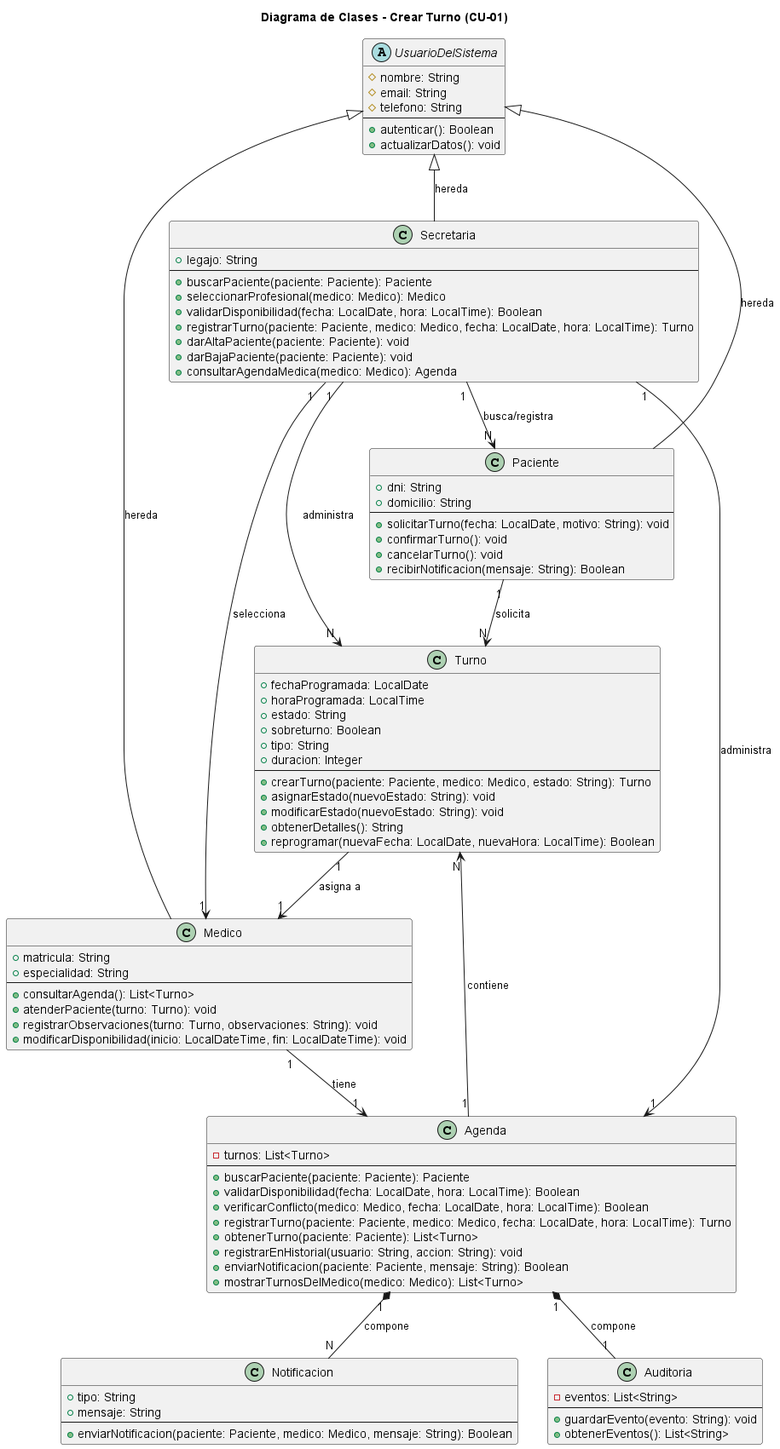
This is diagramas/01-diagrama-clases/01-clases-crear-turno-01.png from eternalnight04/SistemaTurnosMedicos, a PlantUML export, as it was before one commit.
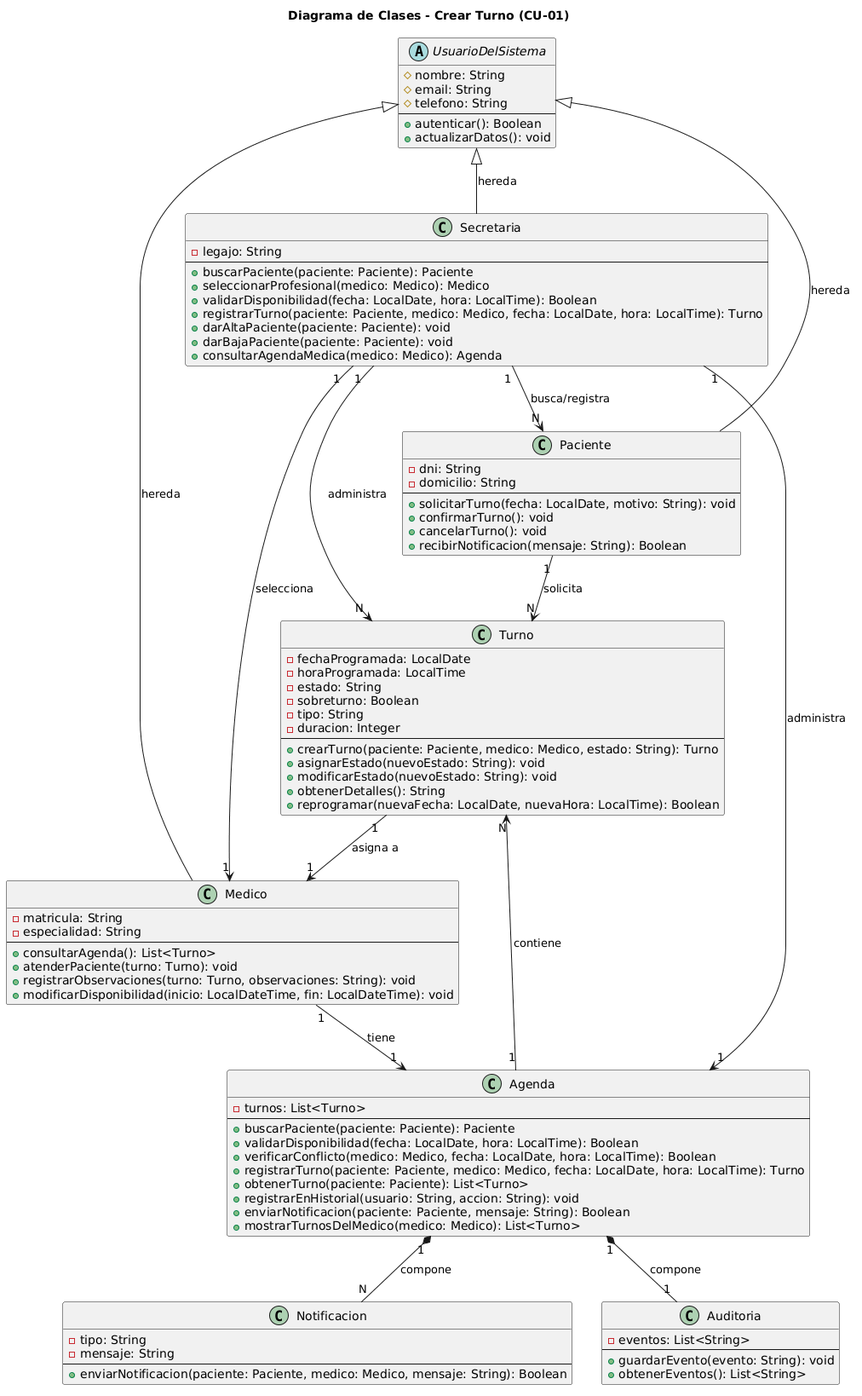
Above is the later version.

What changed in the source:
```diff
@@ -1,5 +1,4 @@
-@startuml 01-clases-crear-turno-01
-
+@startuml
 title Diagrama de Clases - Crear Turno (CU-01)
 
 abstract class UsuarioDelSistema {
@@ -12,8 +11,8 @@
 }
 
 class Paciente {
-  + dni: String
-  + domicilio: String
+  - dni: String
+  - domicilio: String
   --
   + solicitarTurno(fecha: LocalDate, motivo: String): void
   + confirmarTurno(): void
@@ -22,7 +21,7 @@
 }
 
 class Secretaria {
-  + legajo: String
+  - legajo: String
   --
   + buscarPaciente(paciente: Paciente): Paciente
   + seleccionarProfesional(medico: Medico): Medico
@@ -34,8 +33,8 @@
 }
 
 class Medico {
-  + matricula: String
-  + especialidad: String
+  - matricula: String
+  - especialidad: String
   --
   + consultarAgenda(): List<Turno>
   + atenderPaciente(turno: Turno): void
@@ -44,12 +43,12 @@
 }
 
 class Turno {
-  + fechaProgramada: LocalDate
-  + horaProgramada: LocalTime
-  + estado: String
-  + sobreturno: Boolean
-  + tipo: String
-  + duracion: Integer
+  - fechaProgramada: LocalDate
+  - horaProgramada: LocalTime
+  - estado: String
+  - sobreturno: Boolean
+  - tipo: String
+  - duracion: Integer
   --
   + crearTurno(paciente: Paciente, medico: Medico, estado: String): Turno
   + asignarEstado(nuevoEstado: String): void
@@ -72,8 +71,8 @@
 }
 
 class Notificacion {
-  + tipo: String
-  + mensaje: String
+  - tipo: String
+  - mensaje: String
   --
   + enviarNotificacion(paciente: Paciente, medico: Medico, mensaje: String): Boolean
 }
@@ -104,5 +103,4 @@
 Turno "1" --> "1" Medico : asigna a
 
 Medico "1" -->  "1" Agenda : tiene
-
 @enduml
```
